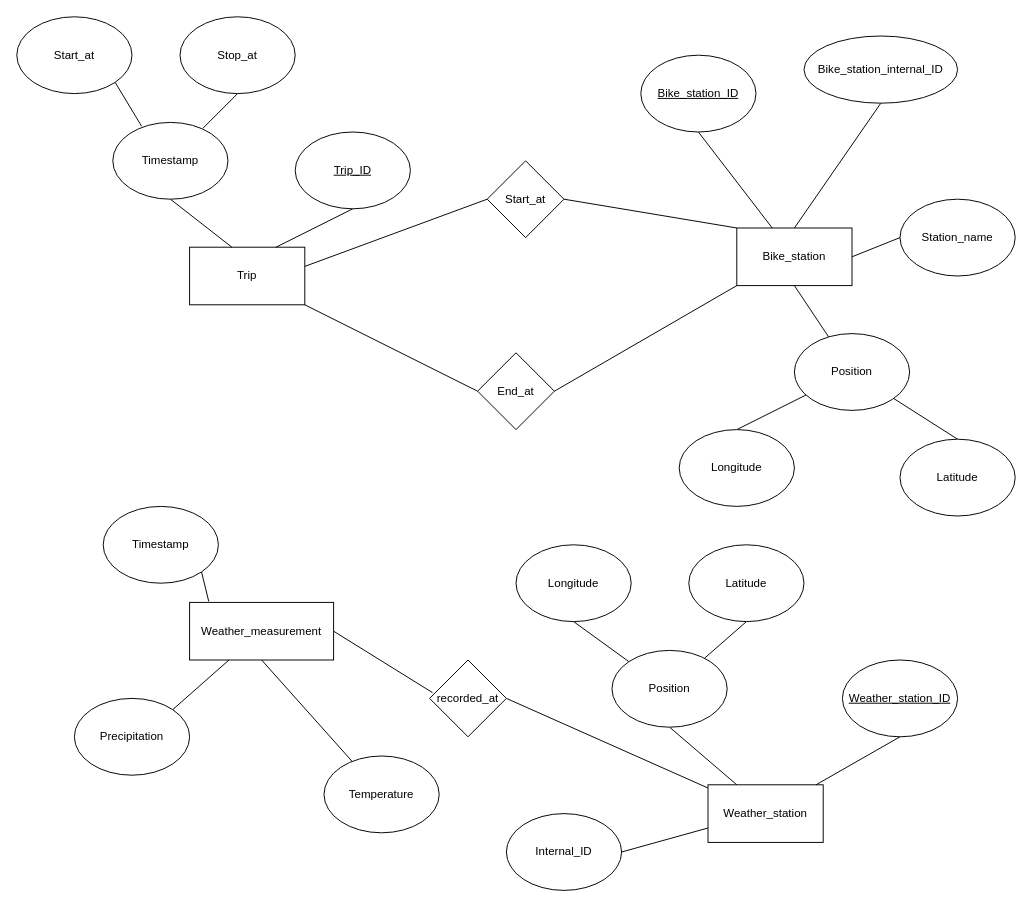
Earlier version of the draw.io diagram page "Page-4" (4 of 5) of _planning_and_organising/ER diagram and Table structure.drawio (tonande02/biking_engineers). Source tidied: cells renumbered, new cells numbered last; positions are measured from the earlier drawing's top-left corner, leaving out a move shared by most shapes. Both pictures are drawn from the tidied source at 96%, with x=0, y=0 at pixel (16, 16).
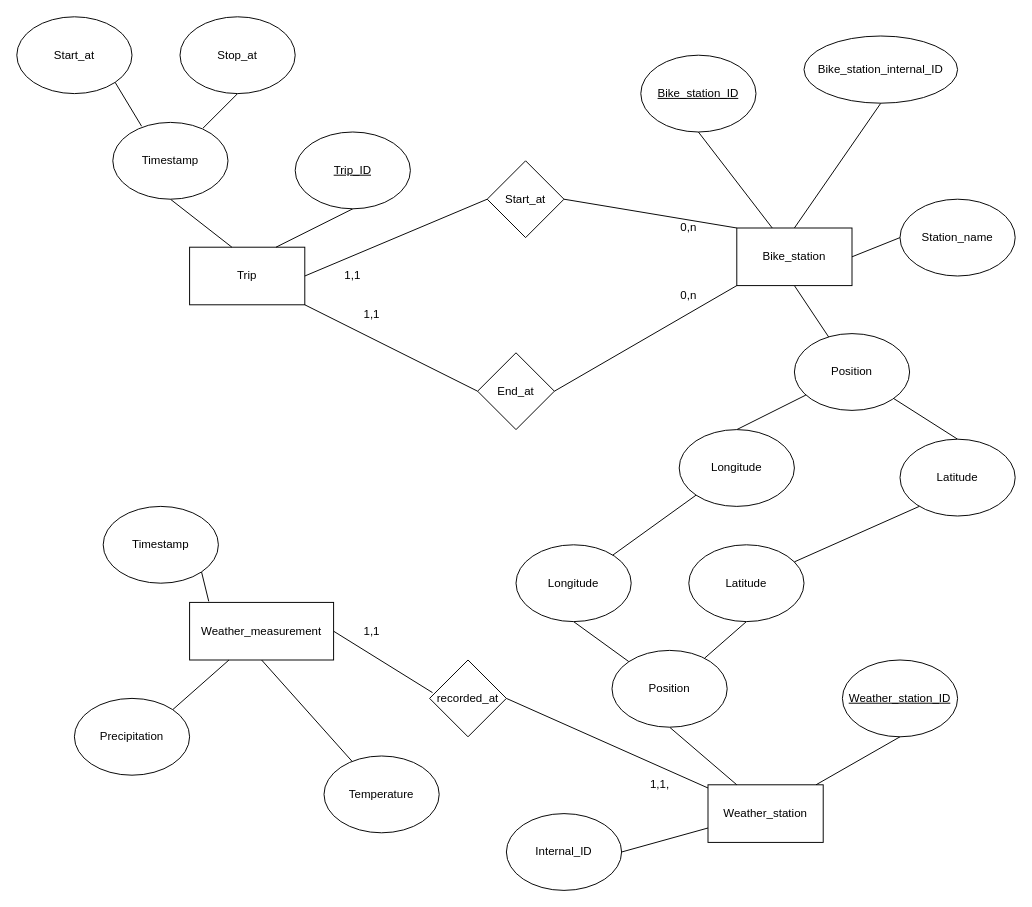
The same diagram, later.

Unchanged cells that the change refers to:
```xml
<mxCell id="3" value="Trip" style="rounded=0;whiteSpace=wrap;html=1;" parent="1" vertex="1">
  <mxGeometry x="180" y="240" width="120" height="60" as="geometry" />
</mxCell>
<mxCell id="18" value="Start_at" style="rhombus;whiteSpace=wrap;html=1;" parent="1" vertex="1">
  <mxGeometry x="490" y="150" width="80" height="80" as="geometry" />
</mxCell>
<mxCell id="25" value="Longitude" style="ellipse;whiteSpace=wrap;html=1;" parent="1" vertex="1">
  <mxGeometry x="690" y="430" width="120" height="80" as="geometry" />
</mxCell>
<mxCell id="27" value="Latitude" style="ellipse;whiteSpace=wrap;html=1;" parent="1" vertex="1">
  <mxGeometry x="920" y="440" width="120" height="80" as="geometry" />
</mxCell>
<mxCell id="39" value="Longitude" style="ellipse;whiteSpace=wrap;html=1;" parent="1" vertex="1">
  <mxGeometry x="520" y="550" width="120" height="80" as="geometry" />
</mxCell>
<mxCell id="41" value="Latitude" style="ellipse;whiteSpace=wrap;html=1;" parent="1" vertex="1">
  <mxGeometry x="700" y="550" width="120" height="80" as="geometry" />
</mxCell>
```

The edit, as a diff of the source:
```diff
@@
-    <mxCell id="17" style="edgeStyle=none;rounded=0;jettySize=auto;html=1;exitX=0;exitY=0.5;exitDx=0;exitDy=0;endArrow=none;endFill=0;entryX=1;entryY=0.333;entryDx=0;entryDy=0;entryPerimeter=0;" parent="1" edge="1" source="18" target="3">
-      <mxGeometry relative="1" as="geometry" />
-    </mxCell>
@@
+    <mxCell id="17" style="edgeStyle=none;rounded=0;jettySize=auto;html=1;exitX=0;exitY=0.5;exitDx=0;exitDy=0;endArrow=none;endFill=0;entryX=1;entryY=0.5;entryDx=0;entryDy=0;" parent="1" edge="1" source="18" target="3">
+      <mxGeometry relative="1" as="geometry" />
+    </mxCell>
+    <mxCell id="51" value="1,1" style="text;html=1;strokeColor=none;fillColor=none;align=center;verticalAlign=middle;whiteSpace=wrap;rounded=0;" parent="1" vertex="1">
+      <mxGeometry x="330" y="260" width="40" height="20" as="geometry" />
+    </mxCell>
+    <mxCell id="52" value="0,n" style="text;html=1;strokeColor=none;fillColor=none;align=center;verticalAlign=middle;whiteSpace=wrap;rounded=0;" parent="1" vertex="1">
+      <mxGeometry x="680" y="210" width="40" height="20" as="geometry" />
+    </mxCell>
+    <mxCell id="53" value="1,1" style="text;html=1;strokeColor=none;fillColor=none;align=center;verticalAlign=middle;whiteSpace=wrap;rounded=0;" parent="1" vertex="1">
+      <mxGeometry x="350" y="300" width="40" height="20" as="geometry" />
+    </mxCell>
+    <mxCell id="54" value="0,n" style="text;html=1;strokeColor=none;fillColor=none;align=center;verticalAlign=middle;whiteSpace=wrap;rounded=0;" parent="1" vertex="1">
+      <mxGeometry x="680" y="280" width="40" height="20" as="geometry" />
+    </mxCell>
+    <mxCell id="55" style="endArrow=none;html=1;entryX=0;entryY=1;entryDx=0;entryDy=0;" parent="1" edge="1" source="39" target="25">
+      <mxGeometry relative="1" as="geometry" />
+    </mxCell>
+    <mxCell id="56" style="endArrow=none;html=1;entryX=0.167;entryY=0.875;entryDx=0;entryDy=0;entryPerimeter=0;" parent="1" edge="1" source="41" target="27">
+      <mxGeometry relative="1" as="geometry" />
+    </mxCell>
+    <mxCell id="57" value="1,1" style="text;html=1;strokeColor=none;fillColor=none;align=center;verticalAlign=middle;whiteSpace=wrap;rounded=0;" parent="1" vertex="1">
+      <mxGeometry x="350" y="630" width="40" height="20" as="geometry" />
+    </mxCell>
+    <mxCell id="58" value="1,1," style="text;html=1;strokeColor=none;fillColor=none;align=center;verticalAlign=middle;whiteSpace=wrap;rounded=0;" parent="1" vertex="1">
+      <mxGeometry x="650" y="790" width="40" height="20" as="geometry" />
+    </mxCell>
```
